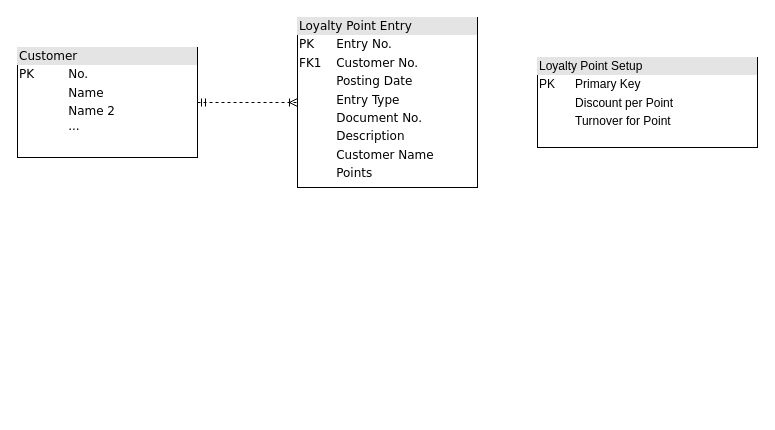
Earlier version of the draw.io diagram Naderer/images/Tables.drawio (wisa1/bacc). Source tidied: cells renumbered, new cells numbered last; positions are measured from the earlier drawing's top-left corner, leaving out a move shared by most shapes. Both pictures are drawn from the tidied source at 100%, with x=0, y=0 at pixel (17, 17).
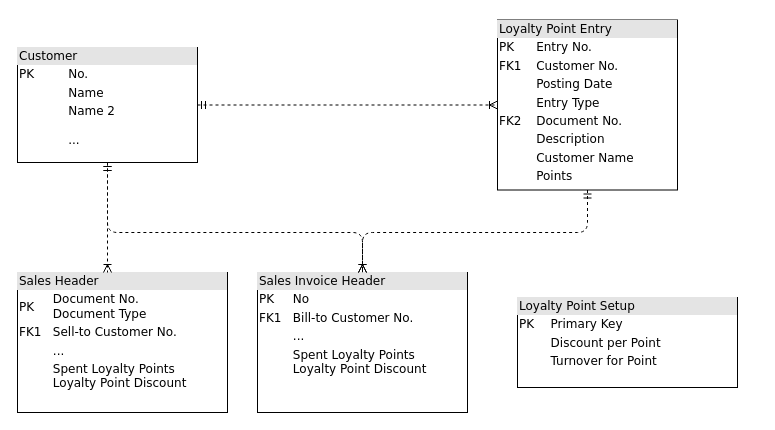
The same diagram, later.

What changed in the source:
```diff
@@
 <mxGraphModel background="#ffffff">
   <root>
     <mxCell id="0" />
     <mxCell id="1" parent="0" />
-    <mxCell id="2" value="&lt;div style=&quot;box-sizing: border-box ; width: 100% ; background: #e4e4e4 ; padding: 2px&quot;&gt;Customer&lt;/div&gt;&lt;table style=&quot;width: 100% ; font-size: 1em&quot; cellpadding=&quot;2&quot; cellspacing=&quot;0&quot;&gt;&lt;tbody&gt;&lt;tr&gt;&lt;td&gt;PK&lt;/td&gt;&lt;td&gt;No.&lt;/td&gt;&lt;/tr&gt;&lt;tr&gt;&lt;td&gt;&lt;br&gt;&lt;/td&gt;&lt;td&gt;Name&lt;/td&gt;&lt;/tr&gt;&lt;tr&gt;&lt;td&gt;&lt;/td&gt;&lt;td&gt;Name 2&lt;br&gt;...&lt;/td&gt;&lt;/tr&gt;&lt;/tbody&gt;&lt;/table&gt;" style="verticalAlign=top;align=left;overflow=fill;html=1;rounded=0;shadow=0;comic=0;labelBackgroundColor=none;strokeColor=#000000;strokeWidth=1;fillColor=#ffffff;fontFamily=Verdana;fontSize=12;fontColor=#000000;" parent="1" vertex="1">
-      <mxGeometry y="30" width="180" height="110" as="geometry" />
+    <mxCell id="2" value="&lt;div style=&quot;box-sizing: border-box ; width: 100% ; background: #e4e4e4 ; padding: 2px&quot;&gt;Customer&lt;/div&gt;&lt;table style=&quot;width: 100% ; font-size: 1em&quot; cellpadding=&quot;2&quot; cellspacing=&quot;0&quot;&gt;&lt;tbody&gt;&lt;tr&gt;&lt;td&gt;PK&lt;/td&gt;&lt;td&gt;No.&lt;/td&gt;&lt;/tr&gt;&lt;tr&gt;&lt;td&gt;&lt;br&gt;&lt;/td&gt;&lt;td&gt;Name&lt;/td&gt;&lt;/tr&gt;&lt;tr&gt;&lt;td&gt;&lt;/td&gt;&lt;td&gt;Name 2&lt;br&gt;&lt;br&gt;...&lt;br&gt;&lt;/td&gt;&lt;/tr&gt;&lt;/tbody&gt;&lt;/table&gt;" style="verticalAlign=top;align=left;overflow=fill;html=1;rounded=0;shadow=0;comic=0;labelBackgroundColor=none;strokeColor=#000000;strokeWidth=1;fillColor=#ffffff;fontFamily=Verdana;fontSize=12;fontColor=#000000;" parent="1" vertex="1">
+      <mxGeometry y="30" width="180" height="115" as="geometry" />
     </mxCell>
     <mxCell id="3" style="edgeStyle=orthogonalEdgeStyle;html=1;entryX=0;entryY=0.5;labelBackgroundColor=none;startArrow=ERmandOne;endArrow=ERoneToMany;fontFamily=Verdana;fontSize=12;align=left;dashed=1;exitX=1;exitY=0.5;exitDx=0;exitDy=0;entryDx=0;entryDy=0;" parent="1" edge="1" source="2" target="4">
       <mxGeometry relative="1" as="geometry" />
     </mxCell>
-    <mxCell id="4" value="&lt;div style=&quot;box-sizing: border-box ; width: 100% ; background: #e4e4e4 ; padding: 2px&quot;&gt;Loyalty Point Entry&lt;/div&gt;&lt;table style=&quot;width: 100% ; font-size: 1em&quot; cellpadding=&quot;2&quot; cellspacing=&quot;0&quot;&gt;&lt;tbody&gt;&lt;tr&gt;&lt;td&gt;PK&lt;/td&gt;&lt;td&gt;Entry No.&lt;/td&gt;&lt;/tr&gt;&lt;tr&gt;&lt;td&gt;FK1&lt;/td&gt;&lt;td&gt;Customer No.&lt;/td&gt;&lt;/tr&gt;&lt;tr&gt;&lt;td&gt;&lt;/td&gt;&lt;td&gt;Posting Date&lt;/td&gt;&lt;/tr&gt;&lt;tr&gt;&lt;td&gt;&lt;br&gt;&lt;/td&gt;&lt;td&gt;Entry Type&lt;br&gt;&lt;/td&gt;&lt;/tr&gt;&lt;tr&gt;&lt;td&gt;&lt;br&gt;&lt;/td&gt;&lt;td&gt;Document No.&lt;br&gt;&lt;/td&gt;&lt;/tr&gt;&lt;tr&gt;&lt;td&gt;&lt;br&gt;&lt;/td&gt;&lt;td&gt;Description&lt;br&gt;&lt;/td&gt;&lt;/tr&gt;&lt;tr&gt;&lt;td&gt;&lt;br&gt;&lt;/td&gt;&lt;td&gt;Customer Name&lt;br&gt;&lt;/td&gt;&lt;/tr&gt;&lt;tr&gt;&lt;td&gt;&lt;br&gt;&lt;/td&gt;&lt;td&gt;Points&lt;br&gt;&lt;/td&gt;&lt;/tr&gt;&lt;tr&gt;&lt;td&gt;&lt;/td&gt;&lt;td&gt;&lt;/td&gt;&lt;/tr&gt;&lt;/tbody&gt;&lt;/table&gt;" style="verticalAlign=top;align=left;overflow=fill;html=1;rounded=0;shadow=0;comic=0;labelBackgroundColor=none;strokeColor=#000000;strokeWidth=1;fillColor=#ffffff;fontFamily=Verdana;fontSize=12;fontColor=#000000;" parent="1" vertex="1">
-      <mxGeometry x="280" width="180" height="170" as="geometry" />
+    <mxCell id="4" value="&lt;div style=&quot;box-sizing: border-box ; width: 100% ; background: #e4e4e4 ; padding: 2px&quot;&gt;Loyalty Point Entry&lt;/div&gt;&lt;table style=&quot;width: 100% ; font-size: 1em&quot; cellpadding=&quot;2&quot; cellspacing=&quot;0&quot;&gt;&lt;tbody&gt;&lt;tr&gt;&lt;td&gt;PK&lt;/td&gt;&lt;td&gt;Entry No.&lt;/td&gt;&lt;/tr&gt;&lt;tr&gt;&lt;td&gt;FK1&lt;/td&gt;&lt;td&gt;Customer No.&lt;/td&gt;&lt;/tr&gt;&lt;tr&gt;&lt;td&gt;&lt;/td&gt;&lt;td&gt;Posting Date&lt;/td&gt;&lt;/tr&gt;&lt;tr&gt;&lt;td&gt;&lt;br&gt;&lt;/td&gt;&lt;td&gt;Entry Type&lt;br&gt;&lt;/td&gt;&lt;/tr&gt;&lt;tr&gt;&lt;td&gt;FK2&lt;/td&gt;&lt;td&gt;Document No.&lt;br&gt;&lt;/td&gt;&lt;/tr&gt;&lt;tr&gt;&lt;td&gt;&lt;br&gt;&lt;/td&gt;&lt;td&gt;Description&lt;br&gt;&lt;/td&gt;&lt;/tr&gt;&lt;tr&gt;&lt;td&gt;&lt;br&gt;&lt;/td&gt;&lt;td&gt;Customer Name&lt;br&gt;&lt;/td&gt;&lt;/tr&gt;&lt;tr&gt;&lt;td&gt;&lt;br&gt;&lt;/td&gt;&lt;td&gt;Points&lt;br&gt;&lt;/td&gt;&lt;/tr&gt;&lt;tr&gt;&lt;td&gt;&lt;/td&gt;&lt;td&gt;&lt;/td&gt;&lt;/tr&gt;&lt;/tbody&gt;&lt;/table&gt;" style="verticalAlign=top;align=left;overflow=fill;html=1;rounded=0;shadow=0;comic=0;labelBackgroundColor=none;strokeColor=#000000;strokeWidth=1;fillColor=#ffffff;fontFamily=Verdana;fontSize=12;fontColor=#000000;" parent="1" vertex="1">
+      <mxGeometry x="480" y="2.5" width="180" height="170" as="geometry" />
     </mxCell>
+    <mxCell id="6" value="&lt;div style=&quot;box-sizing: border-box ; width: 100% ; background: #e4e4e4 ; padding: 2px&quot;&gt;Sales Header&lt;/div&gt;&lt;table style=&quot;width: 100% ; font-size: 1em&quot; cellpadding=&quot;2&quot; cellspacing=&quot;0&quot;&gt;&lt;tbody&gt;&lt;tr&gt;&lt;td&gt;PK&lt;/td&gt;&lt;td&gt;Document No.&lt;br&gt;Document Type&lt;/td&gt;&lt;/tr&gt;&lt;tr&gt;&lt;td&gt;FK1&lt;/td&gt;&lt;td&gt;Sell-to Customer No.&lt;/td&gt;&lt;/tr&gt;&lt;tr&gt;&lt;td&gt;&lt;br&gt;&lt;/td&gt;&lt;td&gt;...&lt;/td&gt;&lt;/tr&gt;&lt;tr&gt;&lt;td&gt;&lt;br&gt;&lt;/td&gt;&lt;td&gt;Spent Loyalty Points&lt;br&gt;Loyalty Point Discount&lt;/td&gt;&lt;/tr&gt;&lt;tr&gt;&lt;td&gt;&lt;/td&gt;&lt;td&gt;&lt;/td&gt;&lt;/tr&gt;&lt;/tbody&gt;&lt;/table&gt;" style="verticalAlign=top;align=left;overflow=fill;html=1;rounded=0;shadow=0;comic=0;labelBackgroundColor=none;strokeColor=#000000;strokeWidth=1;fillColor=#ffffff;fontFamily=Verdana;fontSize=12;fontColor=#000000;" parent="1" vertex="1">
+      <mxGeometry y="255" width="210" height="140" as="geometry" />
+    </mxCell>
-    <mxCell id="5" value="&lt;div style=&quot;box-sizing: border-box ; width: 100% ; background: #e4e4e4 ; padding: 2px&quot;&gt;Loyalty Point Setup&lt;/div&gt;&lt;table style=&quot;width: 100% ; font-size: 1em&quot; cellpadding=&quot;2&quot; cellspacing=&quot;0&quot;&gt;&lt;tbody&gt;&lt;tr&gt;&lt;td&gt;PK&lt;/td&gt;&lt;td&gt;Primary Key&lt;/td&gt;&lt;/tr&gt;&lt;tr&gt;&lt;td&gt;&lt;br&gt;&lt;/td&gt;&lt;td&gt;Discount per Point&lt;/td&gt;&lt;/tr&gt;&lt;tr&gt;&lt;td&gt;&lt;/td&gt;&lt;td&gt;Turnover for Point&lt;/td&gt;&lt;/tr&gt;&lt;/tbody&gt;&lt;/table&gt;" style="verticalAlign=top;align=left;overflow=fill;html=1;" parent="1" vertex="1">
-      <mxGeometry x="520" y="40" width="220" height="90" as="geometry" />
+    <mxCell id="5" value="&lt;div style=&quot;box-sizing: border-box ; width: 100% ; background: #e4e4e4 ; padding: 2px&quot;&gt;&lt;font face=&quot;Verdana&quot;&gt;Loyalty Point Setup&lt;/font&gt;&lt;/div&gt;&lt;table style=&quot;width: 100% ; font-size: 1em&quot; cellpadding=&quot;2&quot; cellspacing=&quot;0&quot;&gt;&lt;tbody&gt;&lt;tr&gt;&lt;td&gt;&lt;font face=&quot;Verdana&quot;&gt;PK&lt;/font&gt;&lt;/td&gt;&lt;td&gt;&lt;font face=&quot;Verdana&quot;&gt;Primary Key&lt;/font&gt;&lt;/td&gt;&lt;/tr&gt;&lt;tr&gt;&lt;td&gt;&lt;font face=&quot;Verdana&quot;&gt;&lt;br&gt;&lt;/font&gt;&lt;/td&gt;&lt;td&gt;&lt;font face=&quot;Verdana&quot;&gt;Discount per Point&lt;/font&gt;&lt;/td&gt;&lt;/tr&gt;&lt;tr&gt;&lt;td&gt;&lt;/td&gt;&lt;td&gt;&lt;font face=&quot;Verdana&quot;&gt;Turnover for Point&lt;/font&gt;&lt;/td&gt;&lt;/tr&gt;&lt;/tbody&gt;&lt;/table&gt;" style="verticalAlign=top;align=left;overflow=fill;html=1;" parent="1" vertex="1">
+      <mxGeometry x="500" y="280" width="220" height="90" as="geometry" />
     </mxCell>
+    <mxCell id="7" style="edgeStyle=orthogonalEdgeStyle;html=1;labelBackgroundColor=none;startArrow=ERmandOne;endArrow=ERoneToMany;fontFamily=Verdana;fontSize=12;align=left;dashed=1;exitX=0.5;exitY=1;exitDx=0;exitDy=0;" parent="1" edge="1" source="2" target="6">
+      <mxGeometry relative="1" as="geometry">
+        <Array as="points">
+          <mxPoint x="90" y="265" />
+        </Array>
+      </mxGeometry>
+    </mxCell>
+    <mxCell id="8" value="&lt;div style=&quot;box-sizing: border-box ; width: 100% ; background: #e4e4e4 ; padding: 2px&quot;&gt;Sales Invoice Header&lt;/div&gt;&lt;table style=&quot;width: 100% ; font-size: 1em&quot; cellpadding=&quot;2&quot; cellspacing=&quot;0&quot;&gt;&lt;tbody&gt;&lt;tr&gt;&lt;td&gt;PK&lt;/td&gt;&lt;td&gt;No&lt;br&gt;&lt;/td&gt;&lt;/tr&gt;&lt;tr&gt;&lt;td&gt;FK1&lt;/td&gt;&lt;td&gt;Bill-to Customer No.&lt;/td&gt;&lt;/tr&gt;&lt;tr&gt;&lt;td&gt;&lt;br&gt;&lt;/td&gt;&lt;td&gt;...&lt;/td&gt;&lt;/tr&gt;&lt;tr&gt;&lt;td&gt;&lt;br&gt;&lt;/td&gt;&lt;td&gt;Spent Loyalty Points&lt;br&gt;Loyalty Point Discount&lt;/td&gt;&lt;/tr&gt;&lt;tr&gt;&lt;td&gt;&lt;/td&gt;&lt;td&gt;&lt;/td&gt;&lt;/tr&gt;&lt;/tbody&gt;&lt;/table&gt;" style="verticalAlign=top;align=left;overflow=fill;html=1;rounded=0;shadow=0;comic=0;labelBackgroundColor=none;strokeColor=#000000;strokeWidth=1;fillColor=#ffffff;fontFamily=Verdana;fontSize=12;fontColor=#000000;" parent="1" vertex="1">
+      <mxGeometry x="240" y="255" width="210" height="140" as="geometry" />
+    </mxCell>
+    <mxCell id="9" style="edgeStyle=orthogonalEdgeStyle;html=1;labelBackgroundColor=none;startArrow=ERmandOne;endArrow=ERoneToMany;fontFamily=Verdana;fontSize=12;align=left;dashed=1;exitX=0.5;exitY=1;exitDx=0;exitDy=0;entryX=0.5;entryY=0;entryDx=0;entryDy=0;" parent="1" edge="1" source="2" target="8">
+      <mxGeometry relative="1" as="geometry">
+        <Array as="points">
+          <mxPoint x="90" y="215" />
+          <mxPoint x="345" y="215" />
+        </Array>
+      </mxGeometry>
+    </mxCell>
+    <mxCell id="10" style="edgeStyle=orthogonalEdgeStyle;html=1;labelBackgroundColor=none;startArrow=ERmandOne;endArrow=ERoneToMany;fontFamily=Verdana;fontSize=12;align=left;dashed=1;exitX=0.5;exitY=1;exitDx=0;exitDy=0;entryX=0.5;entryY=0;entryDx=0;entryDy=0;" parent="1" edge="1" source="4" target="8">
+      <mxGeometry relative="1" as="geometry">
+        <Array as="points">
+          <mxPoint x="570" y="215" />
+          <mxPoint x="345" y="215" />
+        </Array>
+      </mxGeometry>
+    </mxCell>
   </root>
 </mxGraphModel>
```
